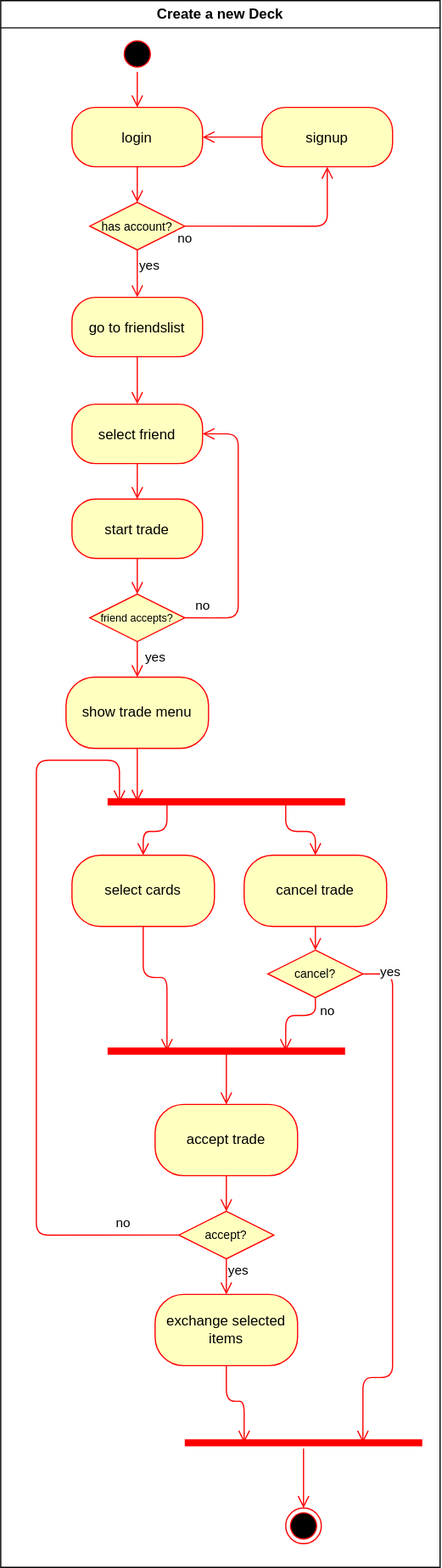
Earlier version of the draw.io export diagrams/activity_trade_items.drawio.svg (i3ene/decksterous). Source tidied: cells renumbered, new cells last; positions are measured from the earlier drawing's top-left corner, leaving out a move shared by most shapes. Source of this version:
```xml
<mxGraphModel>
  <root>
    <mxCell id="0" />
    <mxCell id="1" parent="0" />
    <mxCell id="2" value="Create a new Deck" style="swimlane;whiteSpace=wrap;swimlaneLine=1;" parent="1" vertex="1">
      <mxGeometry width="370" height="1320" as="geometry" />
    </mxCell>
    <mxCell id="3" style="ellipse;shape=startState;fillColor=#000000;strokeColor=#ff0000;" parent="2" vertex="1">
      <mxGeometry x="100" y="30" width="30" height="30" as="geometry" />
    </mxCell>
    <mxCell id="4" value="login" style="perimeter=rectanglePerimeter;fillColor=#ffffc0;strokeColor=#ff0000;fontColor=#000000;rounded=1;arcSize=40;" parent="2" vertex="1">
      <mxGeometry x="60" y="90" width="110" height="50" as="geometry" />
    </mxCell>
    <mxCell id="5" style="edgeStyle=none;html=1;endArrow=open;align=left;verticalAlign=top;strokeColor=#ff0000;endSize=8;" parent="2" edge="1" source="6" target="18">
      <mxGeometry relative="1" as="geometry" />
    </mxCell>
    <mxCell id="6" value="go to friendslist" style="perimeter=rectanglePerimeter;fillColor=#ffffc0;strokeColor=#ff0000;fontColor=#000000;rounded=1;arcSize=40;" parent="2" vertex="1">
      <mxGeometry x="60" y="250" width="110" height="50" as="geometry" />
    </mxCell>
    <mxCell id="7" value="signup" style="perimeter=rectanglePerimeter;fillColor=#ffffc0;strokeColor=#ff0000;fontColor=#000000;rounded=1;arcSize=40;" parent="2" vertex="1">
      <mxGeometry x="220" y="90" width="110" height="50" as="geometry" />
    </mxCell>
    <mxCell id="8" value="&lt;font style=&quot;font-size: 10px&quot;&gt;has account?&lt;/font&gt;" style="rhombus;whiteSpace=wrap;html=1;fillColor=#ffffc0;strokeColor=#ff0000;" parent="2" vertex="1">
      <mxGeometry x="75" y="170" width="80" height="40" as="geometry" />
    </mxCell>
    <mxCell id="9" value="yes" style="edgeStyle=orthogonalEdgeStyle;html=1;align=left;verticalAlign=top;endArrow=open;endSize=8;strokeColor=#ff0000;exitX=0.5;exitY=1;exitDx=0;exitDy=0;entryX=0.5;entryY=0;entryDx=0;entryDy=0;" parent="2" edge="1" source="8" target="6">
      <mxGeometry x="-1" relative="1" as="geometry" />
    </mxCell>
    <mxCell id="10" style="edgeStyle=orthogonalEdgeStyle;html=1;align=left;verticalAlign=top;endArrow=open;endSize=8;strokeColor=#ff0000;exitX=1;exitY=0.5;exitDx=0;exitDy=0;entryX=0.5;entryY=1;entryDx=0;entryDy=0;" parent="2" edge="1" source="8" target="7">
      <mxGeometry x="-1" relative="1" as="geometry" />
    </mxCell>
    <mxCell id="11" value="no" style="edgeLabel;html=1;align=center;verticalAlign=middle;" parent="10" vertex="1">
      <mxGeometry x="-0.71" y="-1" relative="1" as="geometry">
        <mxPoint x="-25" y="9" as="offset" />
      </mxGeometry>
    </mxCell>
    <mxCell id="12" style="edgeStyle=orthogonalEdgeStyle;html=1;align=left;verticalAlign=top;endArrow=open;endSize=8;strokeColor=#ff0000;exitX=0;exitY=0.5;exitDx=0;exitDy=0;entryX=1;entryY=0.5;entryDx=0;entryDy=0;" parent="2" edge="1" source="7" target="4">
      <mxGeometry x="-1" relative="1" as="geometry" />
    </mxCell>
    <mxCell id="13" style="edgeStyle=orthogonalEdgeStyle;html=1;align=left;verticalAlign=top;endArrow=open;endSize=8;strokeColor=#ff0000;exitX=0.5;exitY=1;exitDx=0;exitDy=0;entryX=0.5;entryY=0;entryDx=0;entryDy=0;" parent="2" edge="1" source="3" target="4">
      <mxGeometry x="-1" relative="1" as="geometry" />
    </mxCell>
    <mxCell id="14" style="edgeStyle=orthogonalEdgeStyle;html=1;align=left;verticalAlign=top;endArrow=open;endSize=8;strokeColor=#ff0000;exitX=0.5;exitY=1;exitDx=0;exitDy=0;entryX=0.5;entryY=0;entryDx=0;entryDy=0;" parent="2" edge="1" source="4" target="8">
      <mxGeometry x="-1" relative="1" as="geometry" />
    </mxCell>
    <mxCell id="15" style="edgeStyle=orthogonalEdgeStyle;html=1;verticalAlign=bottom;endArrow=open;endSize=8;strokeColor=#ff0000;exitX=0.5;exitY=1;exitDx=0;exitDy=0;entryX=0.25;entryY=0.5;entryDx=0;entryDy=0;entryPerimeter=0;" parent="2" edge="1" source="41" target="44">
      <mxGeometry relative="1" as="geometry" />
    </mxCell>
    <mxCell id="16" style="ellipse;html=1;shape=endState;fillColor=#000000;strokeColor=#ff0000;" parent="2" vertex="1">
      <mxGeometry x="240" y="1270" width="30" height="30" as="geometry" />
    </mxCell>
    <mxCell id="17" style="edgeStyle=none;html=1;endArrow=open;align=left;verticalAlign=top;strokeColor=#ff0000;endSize=8;" parent="2" edge="1" source="18" target="19">
      <mxGeometry relative="1" as="geometry" />
    </mxCell>
    <mxCell id="18" value="select friend" style="perimeter=rectanglePerimeter;fillColor=#ffffc0;strokeColor=#ff0000;fontColor=#000000;rounded=1;arcSize=40;" parent="2" vertex="1">
      <mxGeometry x="60" y="340" width="110" height="50" as="geometry" />
    </mxCell>
    <mxCell id="19" value="start trade" style="perimeter=rectanglePerimeter;fillColor=#ffffc0;strokeColor=#ff0000;fontColor=#000000;rounded=1;arcSize=40;" parent="2" vertex="1">
      <mxGeometry x="60" y="420" width="110" height="50" as="geometry" />
    </mxCell>
    <mxCell id="20" value="yes" style="edgeStyle=none;html=1;endArrow=open;align=left;verticalAlign=top;strokeColor=#ff0000;endSize=8;" parent="2" edge="1" source="21" target="25">
      <mxGeometry x="-1" y="5" relative="1" as="geometry" />
    </mxCell>
    <mxCell id="21" value="&lt;font style=&quot;font-size: 9px&quot;&gt;friend accepts?&lt;/font&gt;" style="rhombus;whiteSpace=wrap;html=1;fillColor=#ffffc0;strokeColor=#ff0000;" parent="2" vertex="1">
      <mxGeometry x="75" y="500" width="80" height="40" as="geometry" />
    </mxCell>
    <mxCell id="22" style="edgeStyle=orthogonalEdgeStyle;html=1;verticalAlign=bottom;endArrow=open;endSize=8;strokeColor=#ff0000;exitX=1;exitY=0.5;exitDx=0;exitDy=0;entryX=1;entryY=0.5;entryDx=0;entryDy=0;" parent="2" edge="1" source="21" target="18">
      <mxGeometry relative="1" as="geometry">
        <Array as="points">
          <mxPoint x="200" y="520" />
          <mxPoint x="200" y="365" />
        </Array>
      </mxGeometry>
    </mxCell>
    <mxCell id="23" value="no" style="edgeLabel;html=1;align=center;verticalAlign=middle;" parent="22" vertex="1">
      <mxGeometry x="-0.86" relative="1" as="geometry">
        <mxPoint x="-2" y="-10" as="offset" />
      </mxGeometry>
    </mxCell>
    <mxCell id="24" style="edgeStyle=none;html=1;endArrow=open;align=left;verticalAlign=top;strokeColor=#ff0000;endSize=8;exitX=0.5;exitY=1;exitDx=0;exitDy=0;entryX=0.5;entryY=0;entryDx=0;entryDy=0;" parent="2" edge="1" source="19" target="21">
      <mxGeometry relative="1" as="geometry" />
    </mxCell>
    <mxCell id="25" value="show trade menu" style="whiteSpace=wrap;html=1;fillColor=#ffffc0;strokeColor=#ff0000;fontColor=#000000;rounded=1;arcSize=40;" parent="2" vertex="1">
      <mxGeometry x="55" y="570" width="120" height="60" as="geometry" />
    </mxCell>
    <mxCell id="26" style="shape=line;html=1;strokeWidth=6;strokeColor=#ff0000;" parent="2" vertex="1">
      <mxGeometry x="90" y="670" width="200" height="10" as="geometry" />
    </mxCell>
    <mxCell id="27" style="edgeStyle=none;html=1;endArrow=open;align=left;verticalAlign=top;strokeColor=#ff0000;endSize=8;exitX=0.5;exitY=1;exitDx=0;exitDy=0;entryX=0.125;entryY=0.5;entryDx=0;entryDy=0;entryPerimeter=0;" parent="2" edge="1" source="25" target="26">
      <mxGeometry relative="1" as="geometry" />
    </mxCell>
    <mxCell id="28" value="select cards" style="whiteSpace=wrap;html=1;fillColor=#ffffc0;strokeColor=#ff0000;fontColor=#000000;rounded=1;arcSize=40;" parent="2" vertex="1">
      <mxGeometry x="60" y="720" width="120" height="60" as="geometry" />
    </mxCell>
    <mxCell id="29" value="cancel trade" style="whiteSpace=wrap;html=1;fillColor=#ffffc0;strokeColor=#ff0000;fontColor=#000000;rounded=1;arcSize=40;" parent="2" vertex="1">
      <mxGeometry x="205" y="720" width="120" height="60" as="geometry" />
    </mxCell>
    <mxCell id="30" style="shape=line;html=1;strokeWidth=6;strokeColor=#ff0000;" parent="2" vertex="1">
      <mxGeometry x="90" y="880" width="200" height="10" as="geometry" />
    </mxCell>
    <mxCell id="31" value="&lt;span style=&quot;font-size: 10px&quot;&gt;cancel?&lt;/span&gt;" style="rhombus;whiteSpace=wrap;html=1;fillColor=#ffffc0;strokeColor=#ff0000;" parent="2" vertex="1">
      <mxGeometry x="225" y="800" width="80" height="40" as="geometry" />
    </mxCell>
    <mxCell id="32" style="edgeStyle=none;html=1;endArrow=open;align=left;verticalAlign=top;strokeColor=#ff0000;endSize=8;exitX=0.5;exitY=1;exitDx=0;exitDy=0;" parent="2" edge="1" source="29" target="31">
      <mxGeometry relative="1" as="geometry" />
    </mxCell>
    <mxCell id="33" style="edgeStyle=orthogonalEdgeStyle;html=1;verticalAlign=bottom;endArrow=open;endSize=8;strokeColor=#ff0000;exitX=1;exitY=0.5;exitDx=0;exitDy=0;entryX=0.75;entryY=0.5;entryDx=0;entryDy=0;entryPerimeter=0;" parent="2" edge="1" source="31" target="44">
      <mxGeometry relative="1" as="geometry">
        <Array as="points">
          <mxPoint x="330" y="820" />
          <mxPoint x="330" y="1160" />
          <mxPoint x="305" y="1160" />
        </Array>
      </mxGeometry>
    </mxCell>
    <mxCell id="34" value="yes" style="edgeLabel;html=1;align=center;verticalAlign=middle;" parent="33" vertex="1">
      <mxGeometry x="-0.86" relative="1" as="geometry">
        <mxPoint x="-2" y="-10" as="offset" />
      </mxGeometry>
    </mxCell>
    <mxCell id="35" style="edgeStyle=none;html=1;endArrow=open;align=left;verticalAlign=top;strokeColor=#ff0000;endSize=8;exitX=0.5;exitY=0.48;exitDx=0;exitDy=0;entryX=0.5;entryY=0;entryDx=0;entryDy=0;exitPerimeter=0;" parent="2" edge="1" source="30" target="36">
      <mxGeometry relative="1" as="geometry" />
    </mxCell>
    <mxCell id="36" value="accept trade" style="whiteSpace=wrap;html=1;fillColor=#ffffc0;strokeColor=#ff0000;fontColor=#000000;rounded=1;arcSize=40;" parent="2" vertex="1">
      <mxGeometry x="130" y="930" width="120" height="60" as="geometry" />
    </mxCell>
    <mxCell id="37" value="&lt;span style=&quot;font-size: 10px&quot;&gt;accept?&lt;/span&gt;" style="rhombus;whiteSpace=wrap;html=1;fillColor=#ffffc0;strokeColor=#ff0000;" parent="2" vertex="1">
      <mxGeometry x="150" y="1020" width="80" height="40" as="geometry" />
    </mxCell>
    <mxCell id="38" style="edgeStyle=none;html=1;endArrow=open;align=left;verticalAlign=top;strokeColor=#ff0000;endSize=8;exitX=0.5;exitY=1;exitDx=0;exitDy=0;entryX=0.5;entryY=0;entryDx=0;entryDy=0;" parent="2" edge="1" source="36" target="37">
      <mxGeometry relative="1" as="geometry" />
    </mxCell>
    <mxCell id="39" style="edgeStyle=orthogonalEdgeStyle;html=1;verticalAlign=bottom;endArrow=open;endSize=8;strokeColor=#ff0000;exitX=0;exitY=0.5;exitDx=0;exitDy=0;entryX=0.05;entryY=0.555;entryDx=0;entryDy=0;entryPerimeter=0;" parent="2" edge="1" source="37" target="26">
      <mxGeometry relative="1" as="geometry">
        <Array as="points">
          <mxPoint x="30" y="1040" />
          <mxPoint x="30" y="640" />
          <mxPoint x="100" y="640" />
        </Array>
      </mxGeometry>
    </mxCell>
    <mxCell id="40" value="no" style="edgeLabel;html=1;align=center;verticalAlign=middle;" parent="39" vertex="1">
      <mxGeometry x="-0.86" relative="1" as="geometry">
        <mxPoint x="-2" y="-10" as="offset" />
      </mxGeometry>
    </mxCell>
    <mxCell id="41" value="exchange selected items" style="whiteSpace=wrap;html=1;fillColor=#ffffc0;strokeColor=#ff0000;fontColor=#000000;rounded=1;arcSize=40;" parent="2" vertex="1">
      <mxGeometry x="130" y="1090" width="120" height="60" as="geometry" />
    </mxCell>
    <mxCell id="42" style="edgeStyle=none;html=1;endArrow=open;align=left;verticalAlign=top;strokeColor=#ff0000;endSize=8;exitX=0.5;exitY=1;exitDx=0;exitDy=0;entryX=0.5;entryY=0;entryDx=0;entryDy=0;" parent="2" edge="1" source="37" target="41">
      <mxGeometry relative="1" as="geometry" />
    </mxCell>
    <mxCell id="43" value="yes" style="edgeLabel;html=1;align=center;verticalAlign=middle;" parent="42" vertex="1">
      <mxGeometry x="-0.53" relative="1" as="geometry">
        <mxPoint x="10" y="3" as="offset" />
      </mxGeometry>
    </mxCell>
    <mxCell id="44" style="shape=line;html=1;strokeWidth=6;strokeColor=#ff0000;" parent="2" vertex="1">
      <mxGeometry x="155" y="1210" width="200" height="10" as="geometry" />
    </mxCell>
    <mxCell id="45" style="edgeStyle=none;html=1;endArrow=open;align=left;verticalAlign=top;strokeColor=#ff0000;endSize=8;entryX=0.5;entryY=0;entryDx=0;entryDy=0;" parent="2" edge="1" source="44" target="16">
      <mxGeometry relative="1" as="geometry" />
    </mxCell>
    <mxCell id="46" style="edgeStyle=orthogonalEdgeStyle;html=1;verticalAlign=bottom;endArrow=open;endSize=8;strokeColor=#ff0000;exitX=0.25;exitY=0.5;exitDx=0;exitDy=0;entryX=0.5;entryY=0;entryDx=0;entryDy=0;exitPerimeter=0;" parent="2" edge="1" source="26" target="28">
      <mxGeometry relative="1" as="geometry">
        <Array as="points">
          <mxPoint x="140" y="700" />
          <mxPoint x="120" y="700" />
        </Array>
      </mxGeometry>
    </mxCell>
    <mxCell id="47" style="edgeStyle=orthogonalEdgeStyle;html=1;verticalAlign=bottom;endArrow=open;endSize=8;strokeColor=#ff0000;exitX=0.75;exitY=0.5;exitDx=0;exitDy=0;entryX=0.5;entryY=0;entryDx=0;entryDy=0;exitPerimeter=0;" parent="2" edge="1" source="26" target="29">
      <mxGeometry relative="1" as="geometry">
        <Array as="points">
          <mxPoint x="240" y="700" />
          <mxPoint x="265" y="700" />
        </Array>
      </mxGeometry>
    </mxCell>
    <mxCell id="48" style="edgeStyle=orthogonalEdgeStyle;html=1;verticalAlign=bottom;endArrow=open;endSize=8;strokeColor=#ff0000;exitX=0.5;exitY=1;exitDx=0;exitDy=0;entryX=0.25;entryY=0.5;entryDx=0;entryDy=0;entryPerimeter=0;" parent="2" edge="1" source="28" target="30">
      <mxGeometry relative="1" as="geometry">
        <Array as="points">
          <mxPoint x="120" y="823" />
          <mxPoint x="140" y="823" />
        </Array>
      </mxGeometry>
    </mxCell>
    <mxCell id="49" style="edgeStyle=orthogonalEdgeStyle;html=1;verticalAlign=bottom;endArrow=open;endSize=8;strokeColor=#ff0000;exitX=0.5;exitY=1;exitDx=0;exitDy=0;entryX=0.75;entryY=0.5;entryDx=0;entryDy=0;entryPerimeter=0;" parent="2" edge="1" source="31" target="30">
      <mxGeometry relative="1" as="geometry">
        <Array as="points">
          <mxPoint x="265" y="855" />
          <mxPoint x="240" y="855" />
        </Array>
      </mxGeometry>
    </mxCell>
    <mxCell id="50" value="no" style="edgeLabel;html=1;align=center;verticalAlign=middle;" parent="49" vertex="1">
      <mxGeometry x="-0.65" y="-2" relative="1" as="geometry">
        <mxPoint x="12" y="-2" as="offset" />
      </mxGeometry>
    </mxCell>
  </root>
</mxGraphModel>
```
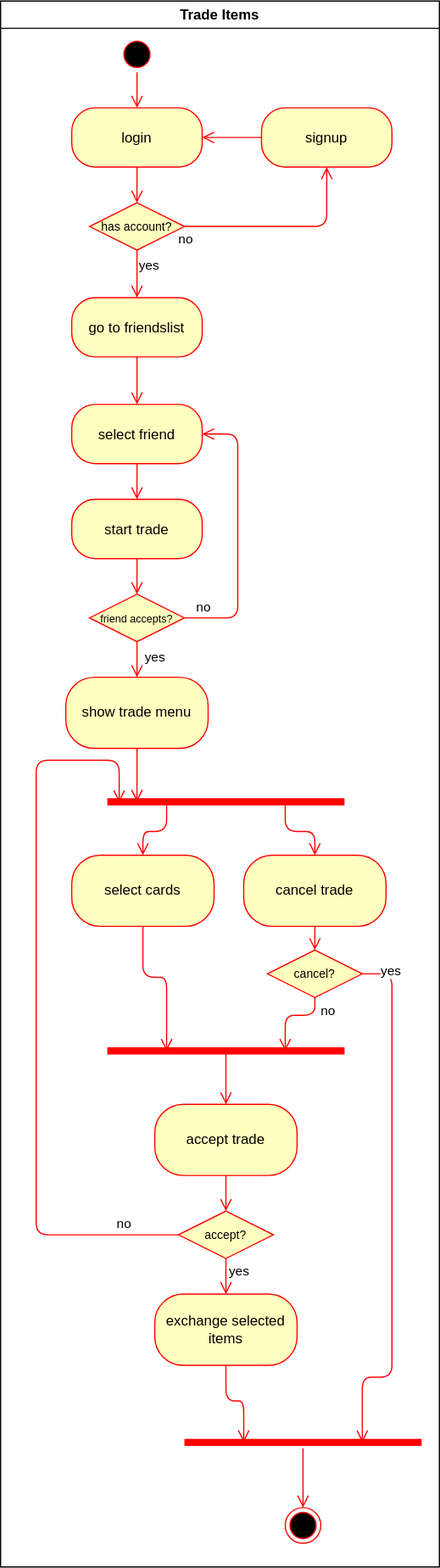
After the change.

Change to the diagram source:
```diff
@@ -1,8 +1,8 @@
-<mxGraphModel>
+<mxGraphModel background="#ffffff">
   <root>
     <mxCell id="0" />
     <mxCell id="1" parent="0" />
-    <mxCell id="2" value="Create a new Deck" style="swimlane;whiteSpace=wrap;swimlaneLine=1;" parent="1" vertex="1">
+    <mxCell id="2" value="Trade Items" style="swimlane;whiteSpace=wrap;swimlaneLine=1;startSize=23;" parent="1" vertex="1">
       <mxGeometry width="370" height="1320" as="geometry" />
     </mxCell>
     <mxCell id="3" style="ellipse;shape=startState;fillColor=#000000;strokeColor=#ff0000;" parent="2" vertex="1">
```
